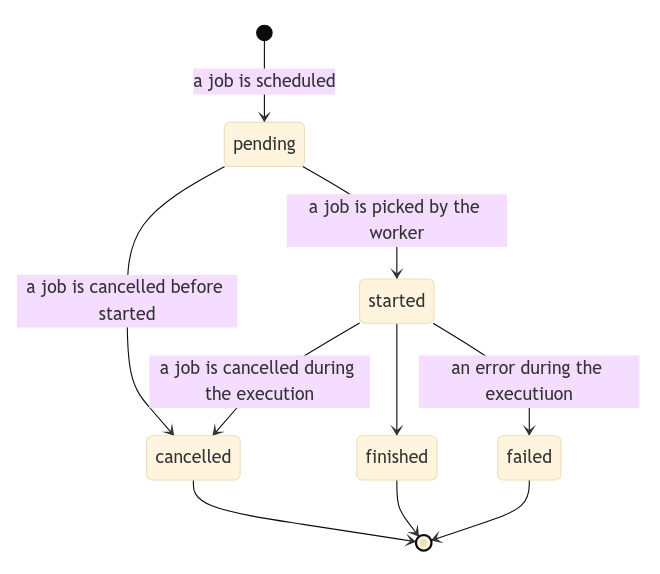
This is docs/assets/diagrams/job-workflow/job-states.png from lightpoichich/baserow, a Mermaid export, as it was before one commit. Its source is kept beside it as docs/assets/diagrams/job-workflow/job-states.mermaid.
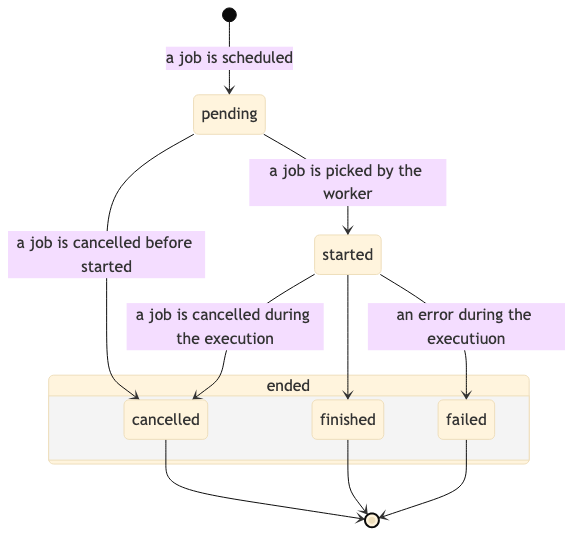
After the commit.

Commit message:
Rename done to ended; uniform names between frontend, backend and docs

What changed in the source:
```diff
@@ -1,3 +1,4 @@
+%%{init: {'theme': 'base'}}%%
 stateDiagram-v2
 
     [*] --> pending: a job is scheduled
@@ -9,3 +10,9 @@
     cancelled --> [*]
     finished --> [*]
     failed --> [*]
+
+    state ended {
+        cancelled
+        finished
+        failed
+    }
```
